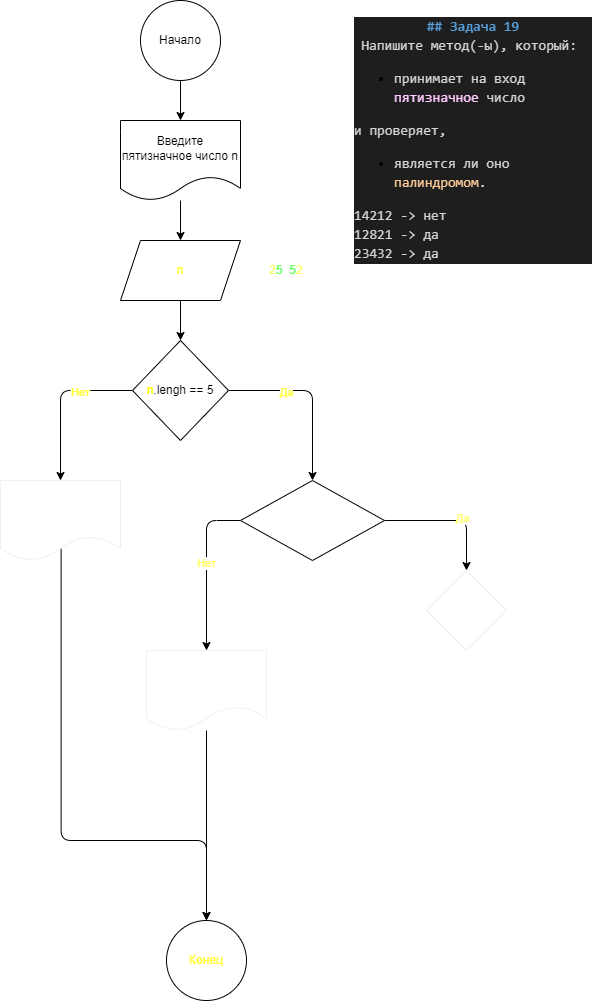
This is Homework/Homewotk_03/Ex019/diagramma.drawio.png from dvmax1984/Csharp25022023, a draw.io export, as it was before one commit. Source tidied: cells renumbered, new cells last; positions are measured from the earlier drawing's top-left corner, leaving out a move shared by most shapes.
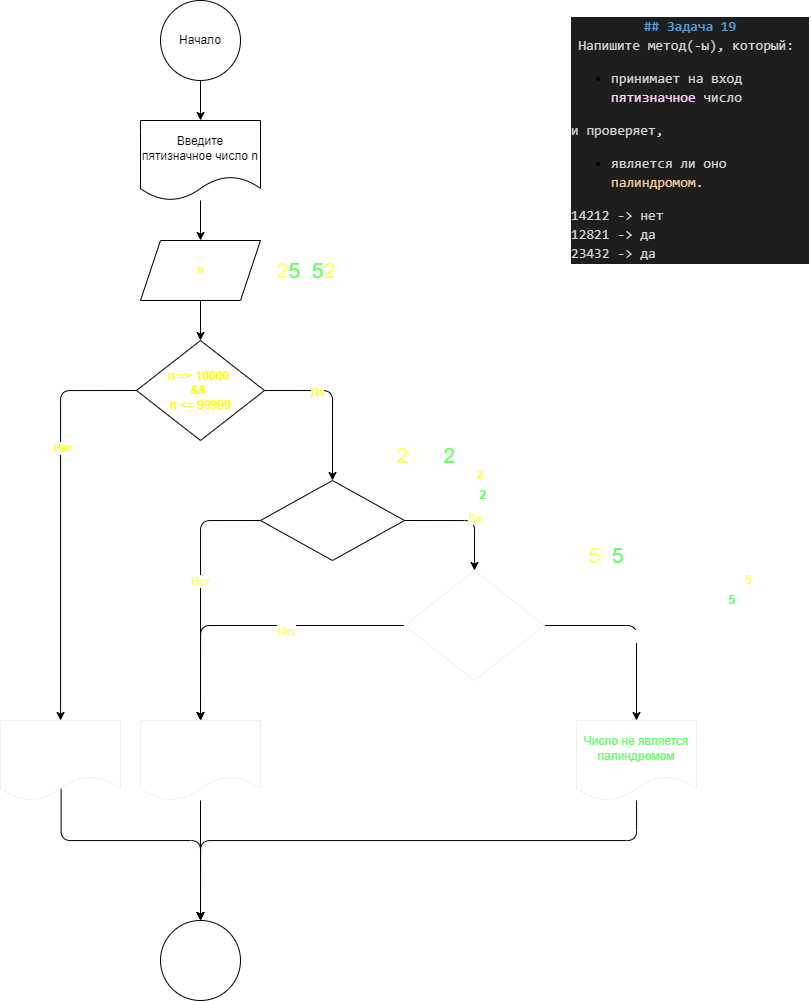
Later version of the same file.

Commit message:
Решил задачу HW03Ex019 методами

The edit, as a diff of the source:
```diff
@@ -3,25 +3,25 @@
     <mxCell id="0" />
     <mxCell id="1" parent="0" />
     <mxCell id="2" value="&lt;div style=&quot;background-color: rgb(30, 30, 30); line-height: 19px;&quot;&gt;&lt;div style=&quot;color: rgb(212, 212, 212); font-family: Consolas, &amp;quot;Courier New&amp;quot;, monospace; font-size: 14px;&quot;&gt;&lt;span style=&quot;color: #569cd6;font-weight: bold;&quot;&gt;## Задача 19&lt;/span&gt;&lt;/div&gt;&lt;div style=&quot;font-family: Consolas, &amp;quot;Courier New&amp;quot;, monospace; font-size: 14px;&quot;&gt;&lt;span style=&quot;color: rgb(212, 212, 212); text-align: left;&quot;&gt;Напишите метод(-ы), который:&amp;nbsp;&lt;/span&gt;&lt;br&gt;&lt;ul style=&quot;&quot;&gt;&lt;li style=&quot;text-align: left;&quot;&gt;&lt;font color=&quot;#d4d4d4&quot;&gt;принимает на вход &lt;/font&gt;&lt;font color=&quot;#ffccff&quot;&gt;пятизначное &lt;/font&gt;&lt;font color=&quot;#d4d4d4&quot;&gt;число&amp;nbsp;&lt;/font&gt;&lt;/li&gt;&lt;/ul&gt;&lt;span style=&quot;color: rgb(212, 212, 212);&quot;&gt;&lt;div style=&quot;text-align: left;&quot;&gt;и проверяет,&amp;nbsp;&lt;/div&gt;&lt;/span&gt;&lt;ul style=&quot;&quot;&gt;&lt;li style=&quot;text-align: left;&quot;&gt;&lt;font color=&quot;#d4d4d4&quot;&gt;является ли оно &lt;/font&gt;&lt;font color=&quot;#ffcc99&quot;&gt;палиндромом&lt;/font&gt;&lt;font color=&quot;#d4d4d4&quot;&gt;.&lt;/font&gt;&lt;/li&gt;&lt;/ul&gt;&lt;span style=&quot;color: rgb(212, 212, 212);&quot;&gt;&lt;div style=&quot;text-align: left;&quot;&gt;14212 -&amp;gt; нет&lt;/div&gt;&lt;/span&gt;&lt;div style=&quot;color: rgb(212, 212, 212); text-align: left;&quot;&gt;12821 -&amp;gt; да&lt;/div&gt;&lt;/div&gt;&lt;div style=&quot;&quot;&gt;&lt;div style=&quot;text-align: left;&quot;&gt;&lt;font face=&quot;Consolas, Courier New, monospace&quot; color=&quot;#d4d4d4&quot;&gt;&lt;span style=&quot;font-size: 14px;&quot;&gt;23432 -&amp;gt; да&lt;/span&gt;&lt;/font&gt;&lt;/div&gt;&lt;/div&gt;&lt;/div&gt;" style="text;strokeColor=none;align=center;fillColor=none;html=1;verticalAlign=middle;whiteSpace=wrap;rounded=0;" parent="1" vertex="1">
-      <mxGeometry x="353" y="10" width="240" height="260" as="geometry" />
+      <mxGeometry x="346" y="10" width="240" height="260" as="geometry" />
     </mxCell>
     <mxCell id="3" style="edgeStyle=none;html=1;" parent="1" edge="1" source="4" target="6">
       <mxGeometry relative="1" as="geometry" />
     </mxCell>
     <mxCell id="4" value="Начало" style="ellipse;whiteSpace=wrap;html=1;" parent="1" vertex="1">
-      <mxGeometry x="140" width="80" height="80" as="geometry" />
+      <mxGeometry x="-64" width="80" height="80" as="geometry" />
     </mxCell>
     <mxCell id="5" style="edgeStyle=none;html=1;" parent="1" edge="1" source="6" target="8">
       <mxGeometry relative="1" as="geometry" />
     </mxCell>
     <mxCell id="6" value="Введите пятизначное число n" style="shape=document;whiteSpace=wrap;html=1;boundedLbl=1;" parent="1" vertex="1">
-      <mxGeometry x="120" y="120" width="120" height="80" as="geometry" />
+      <mxGeometry x="-84" y="120" width="120" height="80" as="geometry" />
     </mxCell>
     <mxCell id="7" style="edgeStyle=none;html=1;" parent="1" edge="1" source="8" target="13">
       <mxGeometry relative="1" as="geometry" />
     </mxCell>
     <mxCell id="8" value="&lt;font color=&quot;#ffff33&quot;&gt;n&lt;/font&gt;" style="shape=parallelogram;perimeter=parallelogramPerimeter;whiteSpace=wrap;html=1;fixedSize=1;" parent="1" vertex="1">
-      <mxGeometry x="120" y="240" width="120" height="60" as="geometry" />
+      <mxGeometry x="-84" y="240" width="120" height="60" as="geometry" />
     </mxCell>
     <mxCell id="9" style="edgeStyle=orthogonalEdgeStyle;html=1;exitX=1;exitY=0.5;exitDx=0;exitDy=0;entryX=0.5;entryY=0;entryDx=0;entryDy=0;fontColor=#FFFF33;" parent="1" edge="1" source="13" target="21">
       <mxGeometry relative="1" as="geometry" />
@@ -35,22 +35,22 @@
     <mxCell id="12" value="Нет" style="edgeLabel;html=1;align=center;verticalAlign=middle;fontColor=#FFFF33;" parent="11" vertex="1">
       <mxGeometry x="-0.34" y="1" relative="1" as="geometry" />
     </mxCell>
-    <mxCell id="13" value="&lt;font color=&quot;#ffff00&quot;&gt;n&lt;/font&gt;.lengh == 5" style="rhombus;whiteSpace=wrap;html=1;" parent="1" vertex="1">
-      <mxGeometry x="132" y="340" width="96" height="100" as="geometry" />
+    <mxCell id="13" value="&lt;font color=&quot;#ffff00&quot;&gt;n =&amp;gt; 10000 &lt;br&gt;&amp;amp;&amp;amp; &lt;br&gt;n &amp;lt;= 99999&lt;/font&gt;" style="rhombus;whiteSpace=wrap;html=1;" parent="1" vertex="1">
+      <mxGeometry x="-88" y="340" width="128" height="100" as="geometry" />
     </mxCell>
     <mxCell id="14" style="edgeStyle=orthogonalEdgeStyle;html=1;entryX=0.5;entryY=0;entryDx=0;entryDy=0;fontColor=#FFFF33;exitX=0.505;exitY=0.852;exitDx=0;exitDy=0;exitPerimeter=0;" parent="1" edge="1" source="15" target="16">
       <mxGeometry relative="1" as="geometry">
         <Array as="points">
-          <mxPoint x="61" y="840" />
-          <mxPoint x="206" y="840" />
+          <mxPoint x="-163" y="840" />
+          <mxPoint x="-24" y="840" />
         </Array>
       </mxGeometry>
     </mxCell>
     <mxCell id="15" value="&lt;font color=&quot;#ffffff&quot;&gt;Число должно быть пятизначным!&lt;/font&gt;" style="shape=document;whiteSpace=wrap;html=1;boundedLbl=1;fontColor=#FFFF33;strokeColor=#F0F0F0;" parent="1" vertex="1">
-      <mxGeometry y="480" width="120" height="80" as="geometry" />
+      <mxGeometry x="-224" y="720" width="120" height="80" as="geometry" />
     </mxCell>
-    <mxCell id="16" value="Конец" style="ellipse;whiteSpace=wrap;html=1;fontColor=#FFFF33;" parent="1" vertex="1">
-      <mxGeometry x="166" y="920" width="80" height="80" as="geometry" />
+    <mxCell id="16" value="&lt;font color=&quot;#ffffff&quot;&gt;Конец&lt;/font&gt;" style="ellipse;whiteSpace=wrap;html=1;fontColor=#FFFF33;" parent="1" vertex="1">
+      <mxGeometry x="-64" y="920" width="80" height="80" as="geometry" />
     </mxCell>
     <mxCell id="17" style="edgeStyle=orthogonalEdgeStyle;html=1;exitX=1;exitY=0.5;exitDx=0;exitDy=0;entryX=0.5;entryY=0;entryDx=0;entryDy=0;fontColor=#66FF66;" parent="1" edge="1" source="21" target="25">
       <mxGeometry relative="1" as="geometry" />
@@ -64,26 +64,65 @@
     <mxCell id="20" value="Нет" style="edgeLabel;html=1;align=center;verticalAlign=middle;fontColor=#FFFF66;" parent="19" vertex="1">
       <mxGeometry x="-0.08" y="-1" relative="1" as="geometry" />
     </mxCell>
-    <mxCell id="21" value="&lt;font color=&quot;#ffffff&quot;&gt;n % 10 == n &lt;br&gt;&amp;amp;&amp;amp; &lt;br&gt;n / 1000 = n&amp;nbsp;&lt;/font&gt;" style="rhombus;whiteSpace=wrap;html=1;fontColor=#FFFF33;" parent="1" vertex="1">
-      <mxGeometry x="240" y="480" width="144" height="80" as="geometry" />
+    <mxCell id="21" value="&lt;font color=&quot;#ffffff&quot;&gt;n % 10&amp;nbsp;==&amp;nbsp;n / 10000&lt;/font&gt;" style="rhombus;whiteSpace=wrap;html=1;fontColor=#FFFF33;" parent="1" vertex="1">
+      <mxGeometry x="36" y="480" width="144" height="80" as="geometry" />
     </mxCell>
-    <mxCell id="22" value="&lt;font color=&quot;#ffff66&quot;&gt;2&lt;/font&gt;&lt;font color=&quot;#66ff66&quot;&gt;5&lt;/font&gt;&lt;font color=&quot;#ffffff&quot;&gt;1&lt;/font&gt;&lt;font color=&quot;#66ff66&quot;&gt;5&lt;/font&gt;&lt;font color=&quot;#ffff66&quot;&gt;2&lt;/font&gt;" style="text;strokeColor=none;align=center;fillColor=none;html=1;verticalAlign=middle;whiteSpace=wrap;rounded=0;fontColor=#FFFF33;" parent="1" vertex="1">
-      <mxGeometry x="256" y="255" width="60" height="30" as="geometry" />
+    <mxCell id="22" value="&lt;font style=&quot;font-size: 21px;&quot;&gt;&lt;font style=&quot;font-size: 21px;&quot; color=&quot;#ffff66&quot;&gt;2&lt;/font&gt;&lt;font style=&quot;font-size: 21px;&quot; color=&quot;#66ff66&quot;&gt;5&lt;/font&gt;&lt;font style=&quot;font-size: 21px;&quot; color=&quot;#ffffff&quot;&gt;1&lt;/font&gt;&lt;font style=&quot;font-size: 21px;&quot; color=&quot;#66ff66&quot;&gt;5&lt;/font&gt;&lt;font style=&quot;font-size: 21px;&quot; color=&quot;#ffff66&quot;&gt;2&lt;/font&gt;&lt;/font&gt;" style="text;strokeColor=none;align=center;fillColor=none;html=1;verticalAlign=middle;whiteSpace=wrap;rounded=0;fontColor=#FFFF33;" parent="1" vertex="1">
+      <mxGeometry x="52" y="255" width="60" height="30" as="geometry" />
     </mxCell>
-    <mxCell id="23" value="&lt;font color=&quot;#ffffff&quot;&gt;25152 % 10 = 2&lt;/font&gt;" style="text;strokeColor=none;align=center;fillColor=none;html=1;verticalAlign=middle;whiteSpace=wrap;rounded=0;fontColor=#FFFF33;" parent="1" vertex="1">
-      <mxGeometry x="406" y="460" width="110" height="30" as="geometry" />
+    <mxCell id="23" value="&lt;font color=&quot;#ffffff&quot;&gt;25152 % 10 = &lt;/font&gt;&lt;font color=&quot;#ffff66&quot;&gt;&lt;b&gt;2&lt;/b&gt;&lt;/font&gt;" style="text;strokeColor=none;align=center;fillColor=none;html=1;verticalAlign=middle;whiteSpace=wrap;rounded=0;fontColor=#FFFF33;" parent="1" vertex="1">
+      <mxGeometry x="162" y="460" width="110" height="30" as="geometry" />
     </mxCell>
-    <mxCell id="24" value="&lt;font color=&quot;#ffffff&quot;&gt;25152 / 1000 = 2&lt;/font&gt;" style="text;strokeColor=none;align=center;fillColor=none;html=1;verticalAlign=middle;whiteSpace=wrap;rounded=0;fontColor=#FFFF33;" parent="1" vertex="1">
-      <mxGeometry x="406" y="480" width="110" height="30" as="geometry" />
+    <mxCell id="24" value="&lt;font color=&quot;#ffffff&quot;&gt;25152 / 1000 = &lt;/font&gt;&lt;font color=&quot;#66ff66&quot;&gt;&lt;b&gt;2&lt;/b&gt;&lt;/font&gt;" style="text;strokeColor=none;align=center;fillColor=none;html=1;verticalAlign=middle;whiteSpace=wrap;rounded=0;fontColor=#FFFF33;" parent="1" vertex="1">
+      <mxGeometry x="162" y="480" width="110" height="30" as="geometry" />
     </mxCell>
+    <mxCell id="28" style="edgeStyle=orthogonalEdgeStyle;html=1;exitX=0;exitY=0.5;exitDx=0;exitDy=0;entryX=0.5;entryY=0;entryDx=0;entryDy=0;fontSize=21;fontColor=#66FF66;" parent="1" edge="1" source="25" target="27">
+      <mxGeometry relative="1" as="geometry" />
+    </mxCell>
+    <mxCell id="29" value="&lt;font color=&quot;#ffff66&quot; style=&quot;font-size: 11px;&quot;&gt;Нет&lt;/font&gt;" style="edgeLabel;html=1;align=center;verticalAlign=middle;fontSize=21;fontColor=#66FF66;" parent="28" vertex="1">
+      <mxGeometry x="-0.21" y="1" relative="1" as="geometry" />
+    </mxCell>
+    <mxCell id="30" style="edgeStyle=orthogonalEdgeStyle;html=1;entryX=0.5;entryY=0;entryDx=0;entryDy=0;fontSize=11;fontColor=#FFFFFF;" parent="1" edge="1" source="25" target="37">
+      <mxGeometry relative="1" as="geometry">
+        <Array as="points">
+          <mxPoint x="412" y="625" />
+        </Array>
+      </mxGeometry>
+    </mxCell>
+    <mxCell id="31" value="Да" style="edgeLabel;html=1;align=center;verticalAlign=middle;fontSize=11;fontColor=#FFFFFF;" parent="30" vertex="1">
+      <mxGeometry x="0.09" y="-1" relative="1" as="geometry" />
+    </mxCell>
-    <mxCell id="25" style="rhombus;whiteSpace=wrap;html=1;strokeColor=#F0F0F0;fontColor=#66FF66;" parent="1" vertex="1">
-      <mxGeometry x="426" y="570" width="80" height="80" as="geometry" />
+    <mxCell id="25" value="&lt;font color=&quot;#ffffff&quot;&gt;(n / 1000) % 10&lt;br&gt;== &lt;br&gt;(n / 10) % 10&lt;/font&gt;" style="rhombus;whiteSpace=wrap;html=1;strokeColor=#F0F0F0;fontColor=#66FF66;" parent="1" vertex="1">
+      <mxGeometry x="180" y="570" width="140" height="110" as="geometry" />
     </mxCell>
     <mxCell id="26" style="edgeStyle=orthogonalEdgeStyle;html=1;entryX=0.5;entryY=0;entryDx=0;entryDy=0;fontColor=#FFFF66;" parent="1" edge="1" source="27" target="16">
       <mxGeometry relative="1" as="geometry" />
     </mxCell>
     <mxCell id="27" value="&lt;font color=&quot;#ffffff&quot;&gt;Число не является палиндромом&lt;/font&gt;" style="shape=document;whiteSpace=wrap;html=1;boundedLbl=1;strokeColor=#F0F0F0;fontColor=#FFFF66;" parent="1" vertex="1">
-      <mxGeometry x="146" y="650" width="120" height="80" as="geometry" />
+      <mxGeometry x="-84" y="720" width="120" height="80" as="geometry" />
     </mxCell>
+    <mxCell id="32" value="25152 / 1000 = 25.152 % 10 = &lt;font color=&quot;#ffff66&quot;&gt;&lt;b&gt;5&lt;/b&gt;&lt;/font&gt;" style="text;strokeColor=none;align=center;fillColor=none;html=1;verticalAlign=middle;whiteSpace=wrap;rounded=0;fontColor=#FFFFFF;" parent="1" vertex="1">
+      <mxGeometry x="342" y="560" width="200" height="40" as="geometry" />
+    </mxCell>
+    <mxCell id="33" value="&lt;font style=&quot;font-size: 21px;&quot;&gt;&lt;font style=&quot;color: rgb(255, 255, 255); font-size: 21px;&quot;&gt;2&lt;/font&gt;&lt;font color=&quot;#ffff66&quot; style=&quot;font-size: 21px;&quot;&gt;5&lt;/font&gt;&lt;font style=&quot;color: rgb(255, 255, 255); font-size: 21px;&quot;&gt;1&lt;/font&gt;&lt;font color=&quot;#66ff66&quot; style=&quot;font-size: 21px;&quot;&gt;5&lt;/font&gt;&lt;font style=&quot;color: rgb(255, 255, 255); font-size: 21px;&quot;&gt;2&lt;/font&gt;&lt;/font&gt;" style="text;strokeColor=none;align=center;fillColor=none;html=1;verticalAlign=middle;whiteSpace=wrap;rounded=0;fontColor=#FFFF33;" parent="1" vertex="1">
+      <mxGeometry x="352" y="540" width="60" height="30" as="geometry" />
+    </mxCell>
+    <mxCell id="34" value="25152 / 10 = 2515.2 % 10 = &lt;font color=&quot;#66ff66&quot;&gt;&lt;b&gt;5&lt;/b&gt;&lt;/font&gt;" style="text;strokeColor=none;align=center;fillColor=none;html=1;verticalAlign=middle;whiteSpace=wrap;rounded=0;fontColor=#FFFFFF;" parent="1" vertex="1">
+      <mxGeometry x="332" y="580" width="200" height="40" as="geometry" />
+    </mxCell>
+    <mxCell id="35" value="&lt;font style=&quot;font-size: 21px;&quot;&gt;&lt;font color=&quot;#ffff66&quot; style=&quot;font-size: 21px;&quot;&gt;2&lt;/font&gt;&lt;font color=&quot;#ffffff&quot; style=&quot;font-size: 21px;&quot;&gt;5&lt;/font&gt;&lt;font style=&quot;color: rgb(255, 255, 255); font-size: 21px;&quot;&gt;15&lt;/font&gt;&lt;font color=&quot;#66ff66&quot; style=&quot;font-size: 21px;&quot;&gt;2&lt;/font&gt;&lt;/font&gt;" style="text;strokeColor=none;align=center;fillColor=none;html=1;verticalAlign=middle;whiteSpace=wrap;rounded=0;fontColor=#FFFF33;" parent="1" vertex="1">
+      <mxGeometry x="172" y="440" width="60" height="30" as="geometry" />
+    </mxCell>
+    <mxCell id="36" style="edgeStyle=orthogonalEdgeStyle;html=1;entryX=0.5;entryY=0;entryDx=0;entryDy=0;fontSize=11;fontColor=#FFFFFF;" parent="1" edge="1" source="37" target="16">
+      <mxGeometry relative="1" as="geometry">
+        <Array as="points">
+          <mxPoint x="412" y="840" />
+          <mxPoint x="-24" y="840" />
+        </Array>
+      </mxGeometry>
+    </mxCell>
+    <mxCell id="37" value="&lt;font color=&quot;#66ff66&quot;&gt;Число не является палиндромом&lt;/font&gt;" style="shape=document;whiteSpace=wrap;html=1;boundedLbl=1;strokeColor=#F0F0F0;fontColor=#FFFF66;" parent="1" vertex="1">
+      <mxGeometry x="352" y="720" width="120" height="80" as="geometry" />
+    </mxCell>
   </root>
 </mxGraphModel>
```
